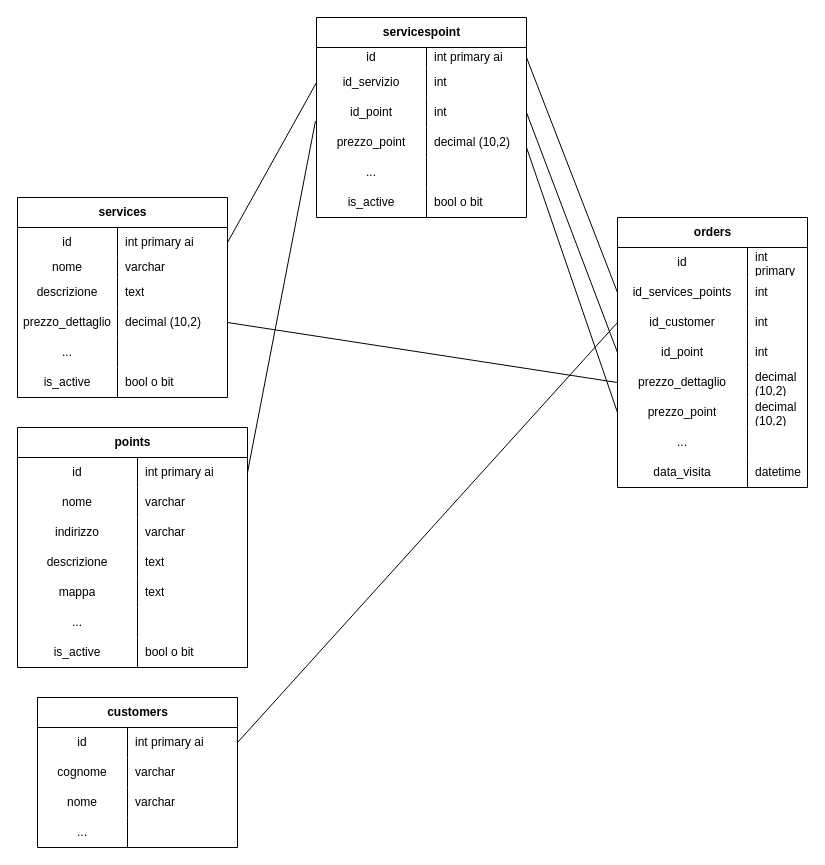
The draw.io diagram Diagramma senza titolo.drawio in overflow64/test_tecnasoft, before the edit. Source tidied: cells renumbered, new cells numbered last; positions are measured from the earlier drawing's top-left corner, leaving out a move shared by most shapes. Both pictures are drawn from the tidied source at 100%, with x=0, y=0 at pixel (17, 17).
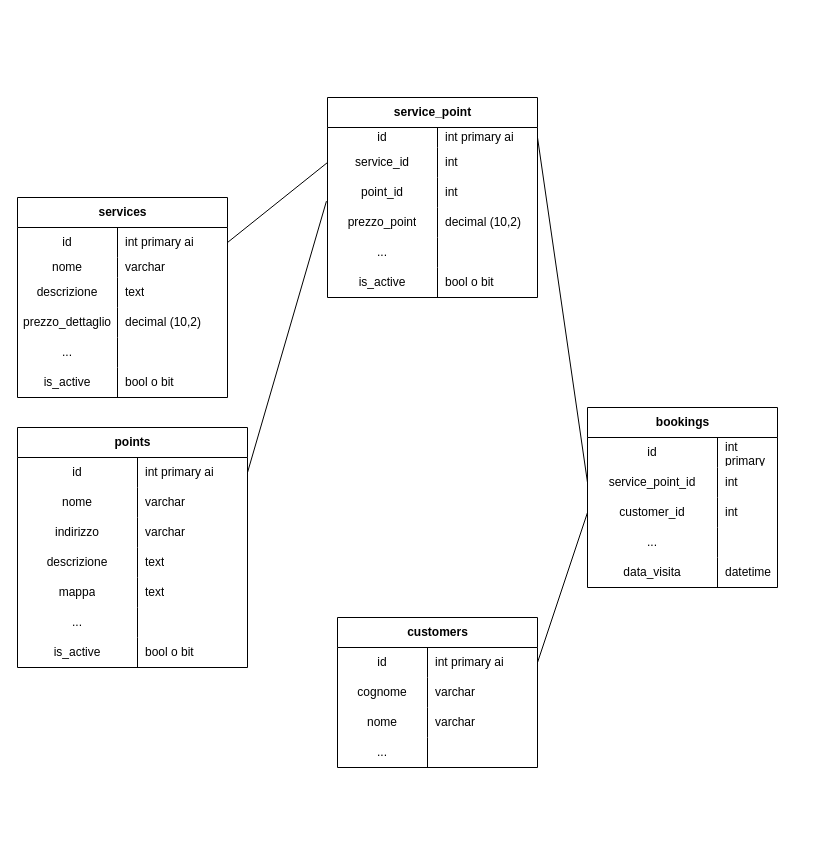
After the change.

Unchanged cells that the change refers to:
```xml
<mxCell id="12" style="shape=tableRow;horizontal=0;startSize=0;swimlaneHead=0;swimlaneBody=0;fillColor=none;points=[[0,0.5],[1,0.5]];portConstraint=eastwest;top=0;left=0;right=0;bottom=0;" parent="2" vertex="1">
  <mxGeometry y="110" width="210" height="30" as="geometry" />
</mxCell>
<mxCell id="44" style="shape=tableRow;horizontal=0;startSize=0;swimlaneHead=0;swimlaneBody=0;fillColor=none;points=[[0,0.5],[1,0.5]];portConstraint=eastwest;top=0;left=0;right=0;bottom=0;" parent="43" vertex="1">
  <mxGeometry y="30" width="210" height="20" as="geometry" />
</mxCell>
<mxCell id="47" style="shape=tableRow;horizontal=0;startSize=0;swimlaneHead=0;swimlaneBody=0;fillColor=none;points=[[0,0.5],[1,0.5]];portConstraint=eastwest;top=0;left=0;right=0;bottom=0;" parent="43" vertex="1">
  <mxGeometry y="50" width="210" height="30" as="geometry" />
</mxCell>
<mxCell id="50" style="shape=tableRow;horizontal=0;startSize=0;swimlaneHead=0;swimlaneBody=0;fillColor=none;points=[[0,0.5],[1,0.5]];portConstraint=eastwest;top=0;left=0;right=0;bottom=0;" parent="43" vertex="1">
  <mxGeometry y="80" width="210" height="30" as="geometry" />
</mxCell>
<mxCell id="81" style="shape=tableRow;horizontal=0;startSize=0;swimlaneHead=0;swimlaneBody=0;fillColor=none;points=[[0,0.5],[1,0.5]];portConstraint=eastwest;top=0;left=0;right=0;bottom=0;" parent="77" vertex="1">
  <mxGeometry y="60" width="190" height="30" as="geometry" />
</mxCell>
<mxCell id="84" style="shape=tableRow;horizontal=0;startSize=0;swimlaneHead=0;swimlaneBody=0;fillColor=none;points=[[0,0.5],[1,0.5]];portConstraint=eastwest;top=0;left=0;right=0;bottom=0;" parent="77" vertex="1">
  <mxGeometry y="90" width="190" height="30" as="geometry" />
</mxCell>
```

What changed in the source:
```diff
@@
-    <mxCell id="43" value="servicespoint" style="shape=table;startSize=30;childLayout=tableLayout;rowLines=0;fontStyle=1;align=center;html=1;" parent="1" vertex="1">
-      <mxGeometry x="299" width="210" height="200" as="geometry" />
+    <mxCell id="43" value="service_point" style="shape=table;startSize=30;childLayout=tableLayout;rowLines=0;fontStyle=1;align=center;html=1;" parent="1" vertex="1">
+      <mxGeometry x="310" y="80" width="210" height="200" as="geometry" />
     </mxCell>
@@
-    <mxCell id="48" value="id_servizio" style="shape=partialRectangle;fillColor=none;top=0;left=0;bottom=0;right=0;overflow=hidden;whiteSpace=wrap;html=1;" parent="47" vertex="1">
+    <mxCell id="48" value="service_id" style="shape=partialRectangle;fillColor=none;top=0;left=0;bottom=0;right=0;overflow=hidden;whiteSpace=wrap;html=1;" parent="47" vertex="1">
       <mxGeometry width="110" height="30" as="geometry" />
     </mxCell>
@@
-    <mxCell id="51" value="id_point" style="shape=partialRectangle;fillColor=none;top=0;left=0;bottom=0;right=0;overflow=hidden;whiteSpace=wrap;html=1;" parent="50" vertex="1">
+    <mxCell id="51" value="point_id" style="shape=partialRectangle;fillColor=none;top=0;left=0;bottom=0;right=0;overflow=hidden;whiteSpace=wrap;html=1;" parent="50" vertex="1">
       <mxGeometry width="110" height="30" as="geometry" />
     </mxCell>
@@
     <mxCell id="64" value="customers" style="shape=table;startSize=30;childLayout=tableLayout;rowLines=0;fontStyle=1;align=center;html=1;" parent="1" vertex="1">
-      <mxGeometry x="20" y="680" width="200" height="150" as="geometry" />
+      <mxGeometry x="320" y="600" width="200" height="150" as="geometry" />
     </mxCell>
@@
-    <mxCell id="77" value="orders" style="shape=table;startSize=30;childLayout=tableLayout;rowLines=0;fontStyle=1;align=center;html=1;" parent="1" vertex="1">
-      <mxGeometry x="600" y="200" width="190" height="270" as="geometry" />
+    <mxCell id="77" value="bookings" style="shape=table;startSize=30;childLayout=tableLayout;rowLines=0;fontStyle=1;align=center;html=1;" parent="1" vertex="1">
+      <mxGeometry x="570" y="390" width="190" height="180" as="geometry" />
     </mxCell>
@@
-    <mxCell id="82" value="id_services_points" style="shape=partialRectangle;fillColor=none;top=0;left=0;bottom=0;right=0;overflow=hidden;whiteSpace=wrap;html=1;" parent="81" vertex="1">
+    <mxCell id="82" value="service_point_id" style="shape=partialRectangle;fillColor=none;top=0;left=0;bottom=0;right=0;overflow=hidden;whiteSpace=wrap;html=1;" parent="81" vertex="1">
       <mxGeometry width="130" height="30" as="geometry" />
     </mxCell>
@@
-    <mxCell id="85" value="id_customer" style="shape=partialRectangle;fillColor=none;top=0;left=0;bottom=0;right=0;overflow=hidden;whiteSpace=wrap;html=1;" parent="84" vertex="1">
+    <mxCell id="85" value="customer_id&lt;br&gt;" style="shape=partialRectangle;fillColor=none;top=0;left=0;bottom=0;right=0;overflow=hidden;whiteSpace=wrap;html=1;" parent="84" vertex="1">
       <mxGeometry width="130" height="30" as="geometry" />
     </mxCell>
@@
-    <mxCell id="87" style="shape=tableRow;horizontal=0;startSize=0;swimlaneHead=0;swimlaneBody=0;fillColor=none;points=[[0,0.5],[1,0.5]];portConstraint=eastwest;top=0;left=0;right=0;bottom=0;" parent="77" vertex="1">
-      <mxGeometry y="120" width="190" height="30" as="geometry" />
-    </mxCell>
-    <mxCell id="88" value="id_point" style="shape=partialRectangle;fillColor=none;top=0;left=0;bottom=0;right=0;overflow=hidden;whiteSpace=wrap;html=1;" parent="87" vertex="1">
-      <mxGeometry width="130" height="30" as="geometry" />
-    </mxCell>
-    <mxCell id="89" value="int" style="shape=partialRectangle;fillColor=none;top=0;left=0;bottom=0;right=0;align=left;spacingLeft=6;overflow=hidden;whiteSpace=wrap;html=1;" parent="87" vertex="1">
-      <mxGeometry x="130" width="60" height="30" as="geometry" />
-    </mxCell>
-    <mxCell id="90" style="shape=tableRow;horizontal=0;startSize=0;swimlaneHead=0;swimlaneBody=0;fillColor=none;points=[[0,0.5],[1,0.5]];portConstraint=eastwest;top=0;left=0;right=0;bottom=0;" parent="77" vertex="1">
-      <mxGeometry y="150" width="190" height="30" as="geometry" />
-    </mxCell>
-    <mxCell id="91" value="prezzo_dettaglio" style="shape=partialRectangle;fillColor=none;top=0;left=0;bottom=0;right=0;overflow=hidden;whiteSpace=wrap;html=1;" parent="90" vertex="1">
-      <mxGeometry width="130" height="30" as="geometry" />
-    </mxCell>
-    <mxCell id="92" value="decimal (10,2)" style="shape=partialRectangle;fillColor=none;top=0;left=0;bottom=0;right=0;align=left;spacingLeft=6;overflow=hidden;whiteSpace=wrap;html=1;" parent="90" vertex="1">
-      <mxGeometry x="130" width="60" height="30" as="geometry" />
-    </mxCell>
-    <mxCell id="93" style="shape=tableRow;horizontal=0;startSize=0;swimlaneHead=0;swimlaneBody=0;fillColor=none;points=[[0,0.5],[1,0.5]];portConstraint=eastwest;top=0;left=0;right=0;bottom=0;" parent="77" vertex="1">
-      <mxGeometry y="180" width="190" height="30" as="geometry" />
-    </mxCell>
-    <mxCell id="94" value="prezzo_point" style="shape=partialRectangle;fillColor=none;top=0;left=0;bottom=0;right=0;overflow=hidden;whiteSpace=wrap;html=1;" parent="93" vertex="1">
-      <mxGeometry width="130" height="30" as="geometry" />
-    </mxCell>
-    <mxCell id="95" value="decimal (10,2)" style="shape=partialRectangle;fillColor=none;top=0;left=0;bottom=0;right=0;align=left;spacingLeft=6;overflow=hidden;whiteSpace=wrap;html=1;" parent="93" vertex="1">
-      <mxGeometry x="130" width="60" height="30" as="geometry" />
-    </mxCell>
     <mxCell id="96" style="shape=tableRow;horizontal=0;startSize=0;swimlaneHead=0;swimlaneBody=0;fillColor=none;top=0;left=0;right=0;bottom=0;" parent="77" vertex="1">
-      <mxGeometry y="210" width="190" height="30" as="geometry" />
+      <mxGeometry y="120" width="190" height="30" as="geometry" />
     </mxCell>
@@
     <mxCell id="99" style="shape=tableRow;horizontal=0;startSize=0;swimlaneHead=0;swimlaneBody=0;fillColor=none;top=0;left=0;right=0;bottom=0;" parent="77" vertex="1">
-      <mxGeometry y="240" width="190" height="30" as="geometry" />
+      <mxGeometry y="150" width="190" height="30" as="geometry" />
     </mxCell>
@@
-    <mxCell id="103" style="endArrow=none;html=1;rounded=0;entryX=0;entryY=0.5;entryDx=0;entryDy=0;" parent="1" edge="1" target="81">
-      <mxGeometry relative="1" as="geometry">
-        <mxPoint x="509" y="40" as="sourcePoint" />
-      </mxGeometry>
-    </mxCell>
-    <mxCell id="104" style="endArrow=none;html=1;rounded=0;exitX=1;exitY=0.5;exitDx=0;exitDy=0;entryX=0;entryY=0.5;entryDx=0;entryDy=0;" parent="1" edge="1" source="50" target="87">
-      <mxGeometry relative="1" as="geometry" />
-    </mxCell>
-    <mxCell id="105" style="endArrow=none;html=1;rounded=0;entryX=0;entryY=0.5;entryDx=0;entryDy=0;exitX=1;exitY=0.5;exitDx=0;exitDy=0;" parent="1" edge="1" source="12" target="90">
-      <mxGeometry relative="1" as="geometry" />
-    </mxCell>
-    <mxCell id="106" style="endArrow=none;html=1;rounded=0;entryX=0;entryY=0.5;entryDx=0;entryDy=0;" parent="1" edge="1" target="93">
-      <mxGeometry relative="1" as="geometry">
-        <mxPoint x="509" y="130" as="sourcePoint" />
-      </mxGeometry>
-    </mxCell>
+    <mxCell id="107" style="endArrow=none;html=1;rounded=0;exitX=1;exitY=0.5;exitDx=0;exitDy=0;entryX=0;entryY=0.5;entryDx=0;entryDy=0;" parent="1" edge="1" source="44" target="81">
+      <mxGeometry relative="1" as="geometry" />
+    </mxCell>
```
